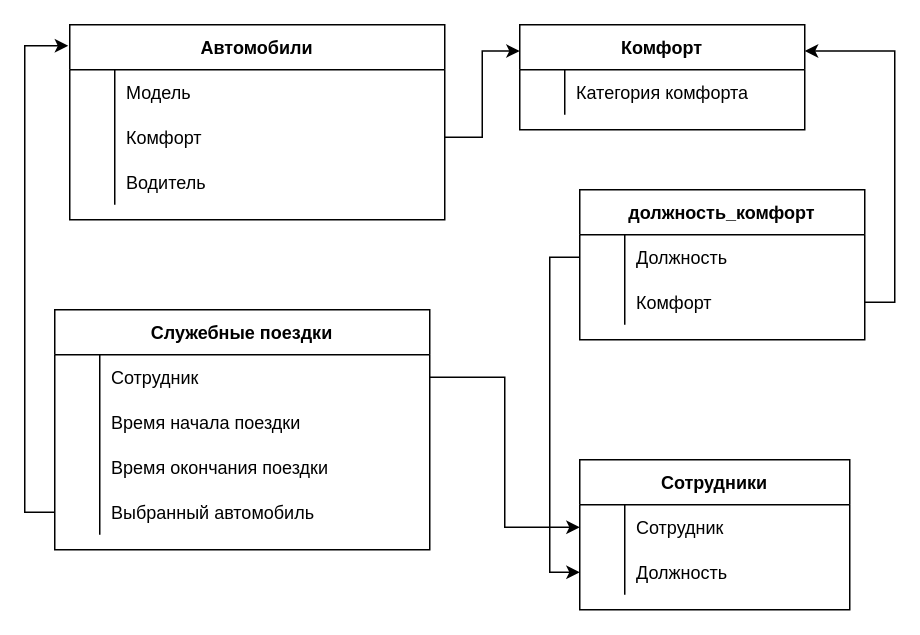
This is Структура админраздела.drawio from suetnowic/solutions_to_tasks_for_trainees, a draw.io file, before an edit. Source tidied: cells renumbered, new cells numbered last; positions are measured from the earlier drawing's top-left corner, leaving out a move shared by most shapes. Both pictures are drawn from the tidied source at 150%, with x=0, y=0 at pixel (54, 24).
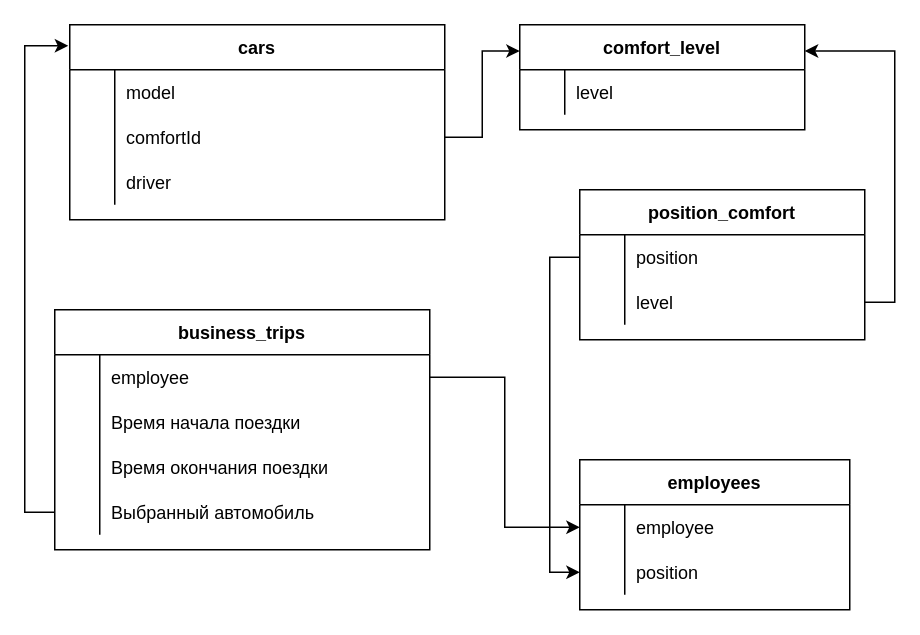
Above is the later version.

Unchanged cells that the change refers to:
```xml
<mxCell id="3" style="shape=partialRectangle;fillColor=none;points=[[0,0.5],[1,0.5]];portConstraint=eastwest;top=0;left=0;right=0;bottom=0;" parent="2" vertex="1">
  <mxGeometry y="30" width="250" height="30" as="geometry" />
</mxCell>
<mxCell id="16" style="shape=partialRectangle;fillColor=none;points=[[0,0.5],[1,0.5]];portConstraint=eastwest;top=0;left=0;right=0;bottom=0;" parent="15" vertex="1">
  <mxGeometry y="30" width="180" height="30" as="geometry" />
</mxCell>
<mxCell id="19" style="shape=partialRectangle;fillColor=none;points=[[0,0.5],[1,0.5]];portConstraint=eastwest;top=0;left=0;right=0;bottom=0;" parent="15" vertex="1">
  <mxGeometry y="60" width="180" height="30" as="geometry" />
</mxCell>
<mxCell id="23" style="shape=partialRectangle;fillColor=none;top=0;left=0;right=0;bottom=0;" parent="22" vertex="1">
  <mxGeometry y="30" width="250" height="30" as="geometry" />
</mxCell>
<mxCell id="26" style="shape=partialRectangle;fillColor=none;points=[[0,0.5],[1,0.5]];portConstraint=eastwest;top=0;left=0;right=0;bottom=0;" parent="22" vertex="1">
  <mxGeometry y="60" width="250" height="30" as="geometry" />
</mxCell>
<mxCell id="29" style="shape=partialRectangle;fillColor=none;top=0;left=0;right=0;bottom=0;" parent="22" vertex="1">
  <mxGeometry y="90" width="250" height="30" as="geometry" />
</mxCell>
<mxCell id="33" style="shape=partialRectangle;fillColor=none;top=0;left=0;right=0;bottom=0;" parent="32" vertex="1">
  <mxGeometry y="30" width="190" height="30" as="geometry" />
</mxCell>
<mxCell id="38" style="shape=partialRectangle;fillColor=none;points=[[0,0.5],[1,0.5]];portConstraint=eastwest;top=0;left=0;right=0;bottom=0;" parent="37" vertex="1">
  <mxGeometry y="30" width="190" height="30" as="geometry" />
</mxCell>
<mxCell id="41" style="shape=partialRectangle;fillColor=none;points=[[0,0.5],[1,0.5]];portConstraint=eastwest;top=0;left=0;right=0;bottom=0;" parent="37" vertex="1">
  <mxGeometry y="60" width="190" height="30" as="geometry" />
</mxCell>
```

Diff of the diagram source:
```diff
@@
-    <mxCell id="2" value="Служебные поездки" style="shape=table;startSize=30;childLayout=tableLayout;rowLines=0;fontStyle=1;align=center;" parent="1" vertex="1">
+    <mxCell id="2" value="business_trips" style="shape=table;startSize=30;childLayout=tableLayout;rowLines=0;fontStyle=1;align=center;" parent="1" vertex="1">
       <mxGeometry y="190" width="250" height="160" as="geometry" />
     </mxCell>
@@
-    <mxCell id="5" value="Сотрудник" style="shape=partialRectangle;overflow=hidden;fillColor=none;top=0;left=0;bottom=0;right=0;align=left;spacingLeft=6;" parent="3" vertex="1">
+    <mxCell id="5" value="employee" style="shape=partialRectangle;overflow=hidden;fillColor=none;top=0;left=0;bottom=0;right=0;align=left;spacingLeft=6;" parent="3" vertex="1">
       <mxGeometry x="30" width="220" height="30" as="geometry" />
     </mxCell>
@@
-    <mxCell id="15" value="Сотрудники" style="shape=table;startSize=30;childLayout=tableLayout;rowLines=0;fontStyle=1;align=center;" parent="1" vertex="1">
+    <mxCell id="15" value="employees" style="shape=table;startSize=30;childLayout=tableLayout;rowLines=0;fontStyle=1;align=center;" parent="1" vertex="1">
       <mxGeometry x="350" y="290" width="180" height="100" as="geometry" />
     </mxCell>
@@
-    <mxCell id="18" value="Сотрудник" style="shape=partialRectangle;overflow=hidden;fillColor=none;top=0;left=0;bottom=0;right=0;align=left;spacingLeft=6;" parent="16" vertex="1">
+    <mxCell id="18" value="employee" style="shape=partialRectangle;overflow=hidden;fillColor=none;top=0;left=0;bottom=0;right=0;align=left;spacingLeft=6;" parent="16" vertex="1">
       <mxGeometry x="30" width="150" height="30" as="geometry" />
     </mxCell>
@@
-    <mxCell id="21" value="Должность" style="shape=partialRectangle;overflow=hidden;fillColor=none;top=0;left=0;bottom=0;right=0;align=left;spacingLeft=6;" parent="19" vertex="1">
+    <mxCell id="21" value="position" style="shape=partialRectangle;overflow=hidden;fillColor=none;top=0;left=0;bottom=0;right=0;align=left;spacingLeft=6;" parent="19" vertex="1">
       <mxGeometry x="30" width="150" height="30" as="geometry" />
     </mxCell>
-    <mxCell id="22" value="Автомобили" style="shape=table;startSize=30;childLayout=tableLayout;rowLines=0;fontStyle=1;align=center;" parent="1" vertex="1">
+    <mxCell id="22" value="cars" style="shape=table;startSize=30;childLayout=tableLayout;rowLines=0;fontStyle=1;align=center;" parent="1" vertex="1">
       <mxGeometry x="10" width="250" height="130" as="geometry" />
     </mxCell>
@@
-    <mxCell id="25" value="Модель" style="shape=partialRectangle;overflow=hidden;fillColor=none;top=0;left=0;bottom=0;right=0;align=left;spacingLeft=6;" parent="23" vertex="1">
+    <mxCell id="25" value="model" style="shape=partialRectangle;overflow=hidden;fillColor=none;top=0;left=0;bottom=0;right=0;align=left;spacingLeft=6;" parent="23" vertex="1">
       <mxGeometry x="30" width="220" height="30" as="geometry" />
     </mxCell>
@@
-    <mxCell id="28" value="Комфорт" style="shape=partialRectangle;overflow=hidden;fillColor=none;top=0;left=0;bottom=0;right=0;align=left;spacingLeft=6;" parent="26" vertex="1">
+    <mxCell id="28" value="comfortId" style="shape=partialRectangle;overflow=hidden;fillColor=none;top=0;left=0;bottom=0;right=0;align=left;spacingLeft=6;" parent="26" vertex="1">
       <mxGeometry x="30" width="220" height="30" as="geometry" />
     </mxCell>
@@
-    <mxCell id="31" value="Водитель" style="shape=partialRectangle;overflow=hidden;fillColor=none;top=0;left=0;bottom=0;right=0;align=left;spacingLeft=6;" parent="29" vertex="1">
+    <mxCell id="31" value="driver" style="shape=partialRectangle;overflow=hidden;fillColor=none;top=0;left=0;bottom=0;right=0;align=left;spacingLeft=6;" parent="29" vertex="1">
       <mxGeometry x="30" width="220" height="30" as="geometry" />
     </mxCell>
-    <mxCell id="32" value="Комфорт" style="shape=table;startSize=30;childLayout=tableLayout;rowLines=0;fontStyle=1;align=center;" parent="1" vertex="1">
+    <mxCell id="32" value="comfort_level" style="shape=table;startSize=30;childLayout=tableLayout;rowLines=0;fontStyle=1;align=center;" parent="1" vertex="1">
       <mxGeometry x="310" width="190" height="70" as="geometry" />
     </mxCell>
@@
-    <mxCell id="35" value="Категория комфорта" style="shape=partialRectangle;overflow=hidden;fillColor=none;top=0;left=0;bottom=0;right=0;align=left;spacingLeft=6;" parent="33" vertex="1">
+    <mxCell id="35" value="level" style="shape=partialRectangle;overflow=hidden;fillColor=none;top=0;left=0;bottom=0;right=0;align=left;spacingLeft=6;" parent="33" vertex="1">
       <mxGeometry x="30" width="160" height="30" as="geometry" />
     </mxCell>
@@
-    <mxCell id="37" value="должность_комфорт" style="shape=table;startSize=30;childLayout=tableLayout;rowLines=0;fontStyle=1;align=center;" parent="1" vertex="1">
+    <mxCell id="37" value="position_comfort" style="shape=table;startSize=30;childLayout=tableLayout;rowLines=0;fontStyle=1;align=center;" parent="1" vertex="1">
       <mxGeometry x="350" y="110" width="190" height="100" as="geometry" />
     </mxCell>
@@
-    <mxCell id="40" value="Должность" style="shape=partialRectangle;overflow=hidden;fillColor=none;top=0;left=0;bottom=0;right=0;align=left;spacingLeft=6;" parent="38" vertex="1">
+    <mxCell id="40" value="position" style="shape=partialRectangle;overflow=hidden;fillColor=none;top=0;left=0;bottom=0;right=0;align=left;spacingLeft=6;" parent="38" vertex="1">
       <mxGeometry x="30" width="160" height="30" as="geometry" />
     </mxCell>
@@
-    <mxCell id="43" value="Комфорт" style="shape=partialRectangle;overflow=hidden;fillColor=none;top=0;left=0;bottom=0;right=0;align=left;spacingLeft=6;" parent="41" vertex="1">
+    <mxCell id="43" value="level" style="shape=partialRectangle;overflow=hidden;fillColor=none;top=0;left=0;bottom=0;right=0;align=left;spacingLeft=6;" parent="41" vertex="1">
       <mxGeometry x="30" width="160" height="30" as="geometry" />
     </mxCell>
```
